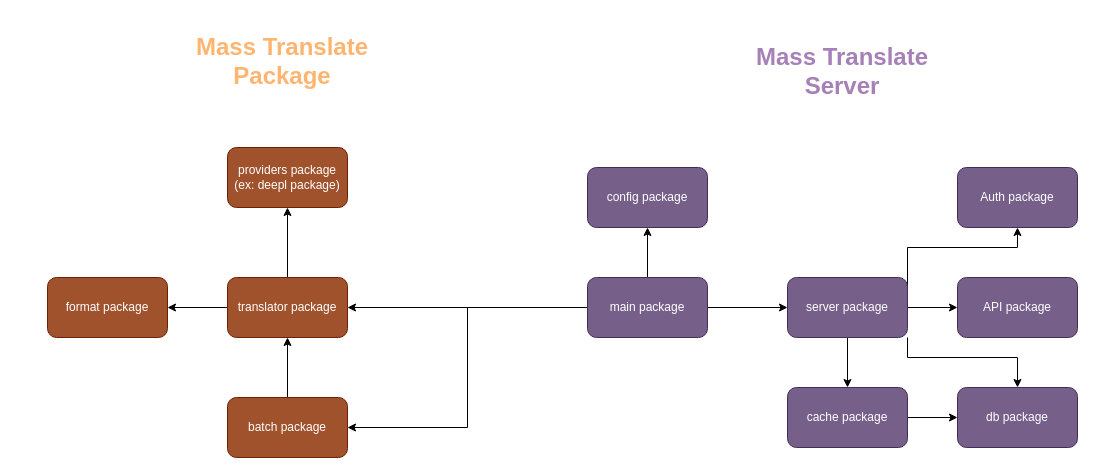
o0n1x/sublate-go keeps this draw.io diagram as diagrams/source/package diagram.drawio. Above is the earlier version. Source tidied: cells renumbered, new cells numbered last; positions are measured from the earlier drawing's top-left corner, leaving out a move shared by most shapes. Both pictures are drawn from the tidied source at 100%, with x=0, y=0 at pixel (47, 27).
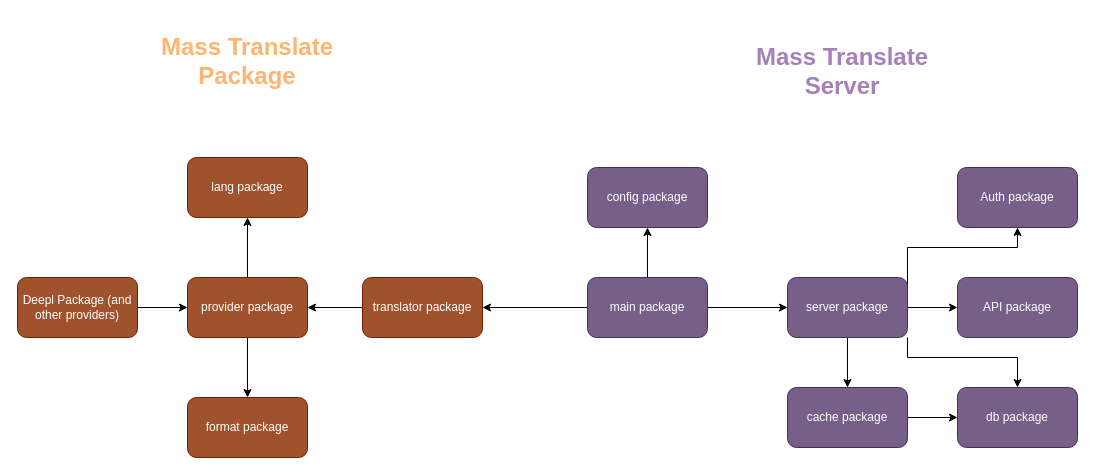
The same page after the edit.

The change refers to these unchanged cells:
```xml
<mxCell id="12" value="main package" style="rounded=1;whiteSpace=wrap;html=1;fillColor=#76608a;fontColor=#ffffff;strokeColor=#432D57;" parent="1" vertex="1">
  <mxGeometry x="540" y="250" width="120" height="60" as="geometry" />
</mxCell>
```

Diff of the diagram source:
```diff
@@
-    <mxCell id="2" style="edgeStyle=orthogonalEdgeStyle;rounded=0;jettySize=auto;html=1;exitX=0;exitY=0.5;exitDx=0;exitDy=0;entryX=1;entryY=0.5;entryDx=0;entryDy=0;" parent="1" edge="1" source="4" target="24">
+    <mxCell id="2" style="edgeStyle=orthogonalEdgeStyle;rounded=0;jettySize=auto;html=1;exitX=0.5;exitY=1;exitDx=0;exitDy=0;entryX=0.5;entryY=0;entryDx=0;entryDy=0;" parent="1" edge="1" source="23" target="24">
       <mxGeometry relative="1" as="geometry" />
     </mxCell>
-    <mxCell id="3" style="edgeStyle=orthogonalEdgeStyle;rounded=0;jettySize=auto;html=1;exitX=0.5;exitY=0;exitDx=0;exitDy=0;entryX=0.5;entryY=1;entryDx=0;entryDy=0;" parent="1" edge="1" source="4" target="23">
+    <mxCell id="3" style="edgeStyle=orthogonalEdgeStyle;rounded=0;jettySize=auto;html=1;exitX=0;exitY=0.5;exitDx=0;exitDy=0;entryX=1;entryY=0.5;entryDx=0;entryDy=0;" parent="1" edge="1" source="4" target="23">
       <mxGeometry relative="1" as="geometry" />
     </mxCell>
     <mxCell id="4" value="translator package" style="rounded=1;whiteSpace=wrap;html=1;fillColor=#a0522d;fontColor=#ffffff;strokeColor=#6D1F00;" parent="1" vertex="1">
-      <mxGeometry x="180" y="250" width="120" height="60" as="geometry" />
+      <mxGeometry x="315" y="250" width="120" height="60" as="geometry" />
     </mxCell>
-    <mxCell id="5" style="edgeStyle=orthogonalEdgeStyle;rounded=0;jettySize=auto;html=1;exitX=0.5;exitY=0;exitDx=0;exitDy=0;entryX=0.5;entryY=1;entryDx=0;entryDy=0;" parent="1" edge="1" source="6" target="4">
-      <mxGeometry relative="1" as="geometry" />
-    </mxCell>
-    <mxCell id="6" value="batch package" style="rounded=1;whiteSpace=wrap;html=1;fillColor=#a0522d;fontColor=#ffffff;strokeColor=#6D1F00;" parent="1" vertex="1">
-      <mxGeometry x="180" y="370" width="120" height="60" as="geometry" />
-    </mxCell>
@@
-    <mxCell id="8" style="edgeStyle=orthogonalEdgeStyle;rounded=0;jettySize=auto;html=1;exitX=0;exitY=0.5;exitDx=0;exitDy=0;entryX=1;entryY=0.5;entryDx=0;entryDy=0;" parent="1" edge="1" source="12" target="6">
-      <mxGeometry relative="1" as="geometry" />
-    </mxCell>
@@
+    <mxCell id="27" style="edgeStyle=orthogonalEdgeStyle;rounded=0;jettySize=auto;html=1;exitX=0.5;exitY=0;exitDx=0;exitDy=0;entryX=0.5;entryY=1;entryDx=0;entryDy=0;" parent="1" edge="1" source="23" target="28">
+      <mxGeometry relative="1" as="geometry" />
+    </mxCell>
-    <mxCell id="23" value="providers package (ex: deepl package)" style="rounded=1;whiteSpace=wrap;html=1;fillColor=#a0522d;fontColor=#ffffff;strokeColor=#6D1F00;" parent="1" vertex="1">
-      <mxGeometry x="180" y="120" width="120" height="60" as="geometry" />
+    <mxCell id="23" value="provider package" style="rounded=1;whiteSpace=wrap;html=1;fillColor=#a0522d;fontColor=#ffffff;strokeColor=#6D1F00;" parent="1" vertex="1">
+      <mxGeometry x="140" y="250" width="120" height="60" as="geometry" />
     </mxCell>
     <mxCell id="24" value="format package" style="rounded=1;whiteSpace=wrap;html=1;fillColor=#a0522d;fontColor=#ffffff;strokeColor=#6D1F00;" parent="1" vertex="1">
-      <mxGeometry y="250" width="120" height="60" as="geometry" />
+      <mxGeometry x="140" y="370" width="120" height="60" as="geometry" />
     </mxCell>
     <mxCell id="25" value="&lt;h1&gt;&lt;font color=&quot;#ffb570&quot;&gt;Mass Translate Package&lt;/font&gt;&lt;/h1&gt;" style="text;html=1;strokeColor=none;fillColor=none;spacing=5;spacingTop=-20;whiteSpace=wrap;overflow=hidden;rounded=0;align=center;" parent="1" vertex="1">
-      <mxGeometry x="140" width="190" height="120" as="geometry" />
+      <mxGeometry x="105" width="190" height="120" as="geometry" />
     </mxCell>
@@
+    <mxCell id="28" value="lang package" style="rounded=1;whiteSpace=wrap;html=1;fillColor=#a0522d;fontColor=#ffffff;strokeColor=#6D1F00;" parent="1" vertex="1">
+      <mxGeometry x="140" y="130" width="120" height="60" as="geometry" />
+    </mxCell>
+    <mxCell id="29" style="edgeStyle=orthogonalEdgeStyle;rounded=0;jettySize=auto;html=1;exitX=1;exitY=0.5;exitDx=0;exitDy=0;entryX=0;entryY=0.5;entryDx=0;entryDy=0;" parent="1" edge="1" source="30" target="23">
+      <mxGeometry relative="1" as="geometry" />
+    </mxCell>
+    <mxCell id="30" value="Deepl Package (and other providers)" style="rounded=1;whiteSpace=wrap;html=1;fillColor=#a0522d;fontColor=#ffffff;strokeColor=#6D1F00;" parent="1" vertex="1">
+      <mxGeometry x="-30" y="250" width="120" height="60" as="geometry" />
+    </mxCell>
```
